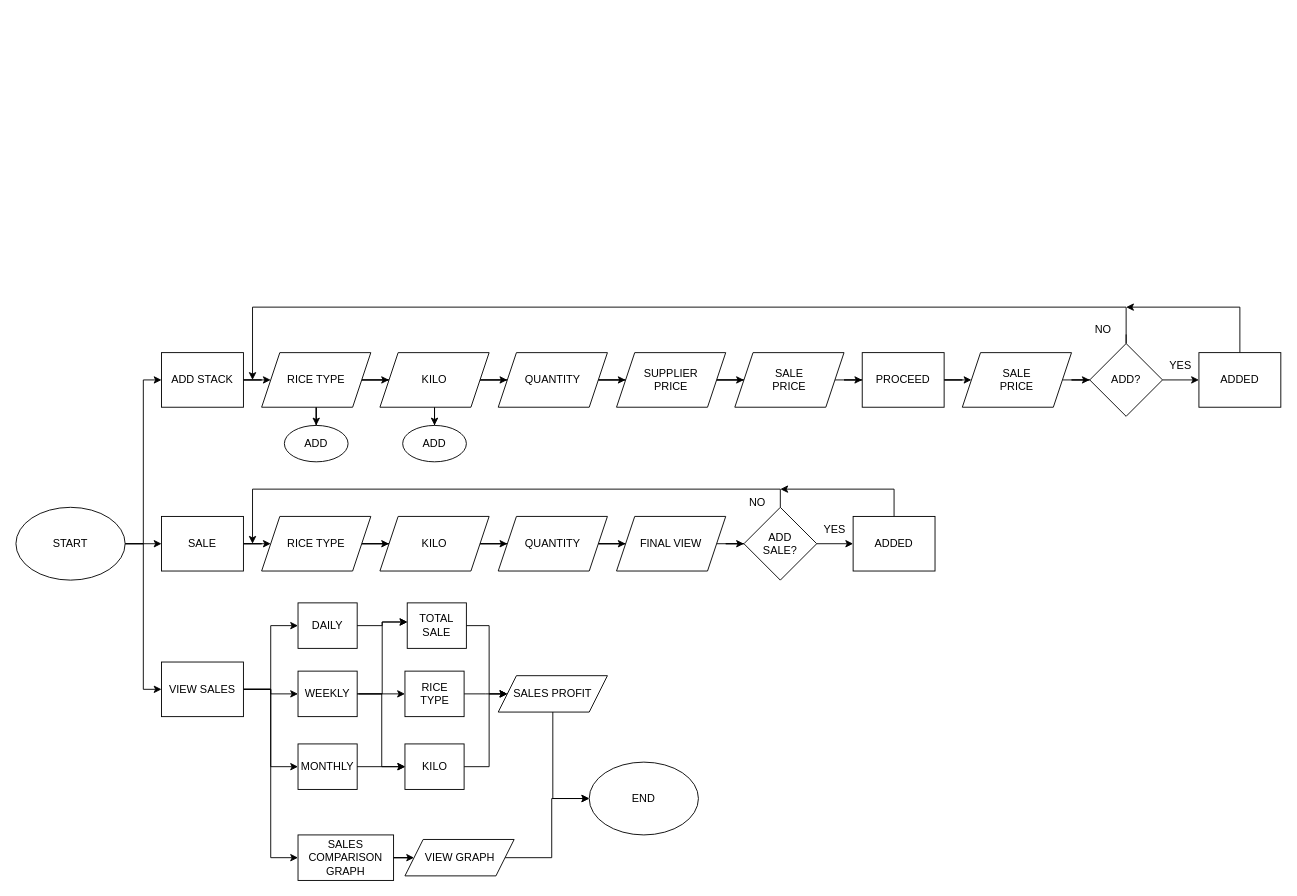
Above: SAD flow chart diagram.drawio in jaysonbutawan/LOginandsignup (draw.io), before the change. Source tidied: cells renumbered, new cells numbered last; positions are measured from the earlier drawing's top-left corner, leaving out a move shared by most shapes. Both pictures are drawn from the tidied source at 91%, with x=0, y=0 at pixel (15, 307).
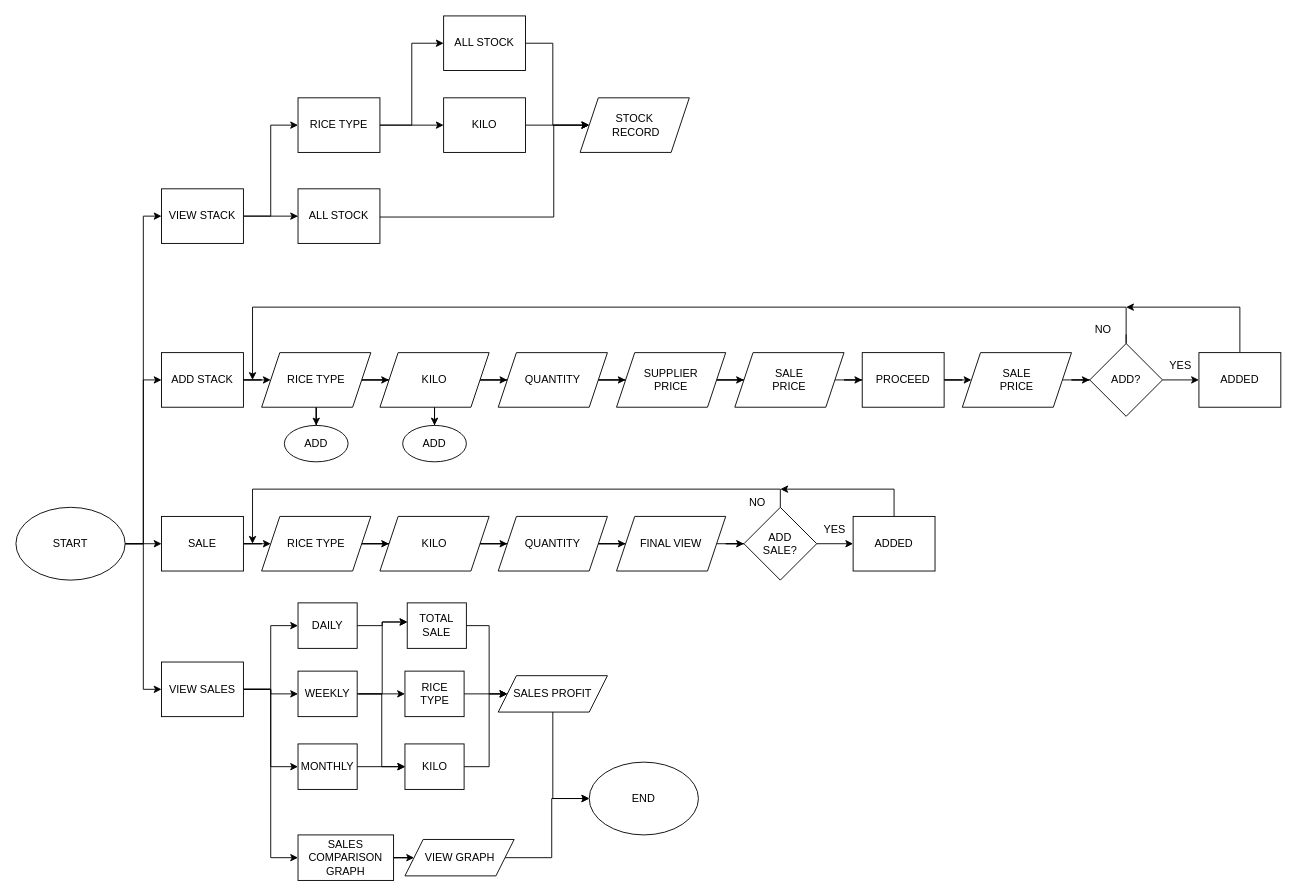
The same page after the edit.

The change refers to these unchanged cells:
```xml
<mxCell id="5" value="START" style="ellipse;whiteSpace=wrap;html=1;" parent="1" vertex="1">
  <mxGeometry y="220" width="120" height="80" as="geometry" />
</mxCell>
```

Change to the diagram source:
```diff
@@
+    <mxCell id="77" style="edgeStyle=orthogonalEdgeStyle;rounded=0;jettySize=auto;html=1;entryX=0;entryY=0.5;entryDx=0;entryDy=0;" parent="1" edge="1" source="5" target="80">
+      <mxGeometry relative="1" as="geometry" />
+    </mxCell>
@@
+    <mxCell id="78" style="edgeStyle=orthogonalEdgeStyle;rounded=0;jettySize=auto;html=1;entryX=0;entryY=0.5;entryDx=0;entryDy=0;" parent="1" edge="1" source="80" target="83">
+      <mxGeometry relative="1" as="geometry" />
+    </mxCell>
+    <mxCell id="79" style="edgeStyle=orthogonalEdgeStyle;rounded=0;jettySize=auto;html=1;entryX=0;entryY=0.5;entryDx=0;entryDy=0;" parent="1" edge="1" source="80" target="85">
+      <mxGeometry relative="1" as="geometry" />
+    </mxCell>
+    <mxCell id="80" value="VIEW STACK" style="rounded=0;whiteSpace=wrap;html=1;" parent="1" vertex="1">
+      <mxGeometry x="160" y="-130" width="90" height="60" as="geometry" />
+    </mxCell>
+    <mxCell id="81" style="edgeStyle=orthogonalEdgeStyle;rounded=0;jettySize=auto;html=1;entryX=0;entryY=0.5;entryDx=0;entryDy=0;" parent="1" edge="1" source="83" target="87">
+      <mxGeometry relative="1" as="geometry" />
+    </mxCell>
+    <mxCell id="82" style="edgeStyle=orthogonalEdgeStyle;rounded=0;jettySize=auto;html=1;entryX=0;entryY=0.5;entryDx=0;entryDy=0;" parent="1" edge="1" source="83" target="89">
+      <mxGeometry relative="1" as="geometry" />
+    </mxCell>
+    <mxCell id="83" value="RICE TYPE" style="rounded=0;whiteSpace=wrap;html=1;" parent="1" vertex="1">
+      <mxGeometry x="310" y="-230" width="90" height="60" as="geometry" />
+    </mxCell>
+    <mxCell id="84" style="edgeStyle=orthogonalEdgeStyle;rounded=0;orthogonalLoop=1;jettySize=auto;html=1;" parent="1" edge="1">
+      <mxGeometry relative="1" as="geometry">
+        <mxPoint x="310" y="-100" as="sourcePoint" />
+        <mxPoint x="630" y="-200" as="targetPoint" />
+        <Array as="points">
+          <mxPoint x="310" y="-99" />
+          <mxPoint x="591" y="-99" />
+        </Array>
+      </mxGeometry>
+    </mxCell>
+    <mxCell id="85" value="ALL STOCK" style="rounded=0;whiteSpace=wrap;html=1;" parent="1" vertex="1">
+      <mxGeometry x="310" y="-130" width="90" height="60" as="geometry" />
+    </mxCell>
+    <mxCell id="86" style="edgeStyle=orthogonalEdgeStyle;rounded=0;jettySize=auto;html=1;" parent="1" edge="1" source="87" target="90">
+      <mxGeometry relative="1" as="geometry" />
+    </mxCell>
+    <mxCell id="87" value="KILO" style="rounded=0;whiteSpace=wrap;html=1;" parent="1" vertex="1">
+      <mxGeometry x="470" y="-230" width="90" height="60" as="geometry" />
+    </mxCell>
+    <mxCell id="88" style="edgeStyle=orthogonalEdgeStyle;rounded=0;jettySize=auto;html=1;" parent="1" edge="1" source="89" target="90">
+      <mxGeometry relative="1" as="geometry">
+        <Array as="points">
+          <mxPoint x="590" y="-290" />
+          <mxPoint x="590" y="-200" />
+        </Array>
+      </mxGeometry>
+    </mxCell>
+    <mxCell id="89" value="ALL STOCK" style="rounded=0;whiteSpace=wrap;html=1;" parent="1" vertex="1">
+      <mxGeometry x="470" y="-320" width="90" height="60" as="geometry" />
+    </mxCell>
+    <mxCell id="90" value="STOCK&lt;div&gt;&amp;nbsp;RECORD&lt;/div&gt;" style="shape=parallelogram;perimeter=parallelogramPerimeter;whiteSpace=wrap;html=1;fixedSize=1;" parent="1" vertex="1">
+      <mxGeometry x="620" y="-230" width="120" height="60" as="geometry" />
+    </mxCell>
```
